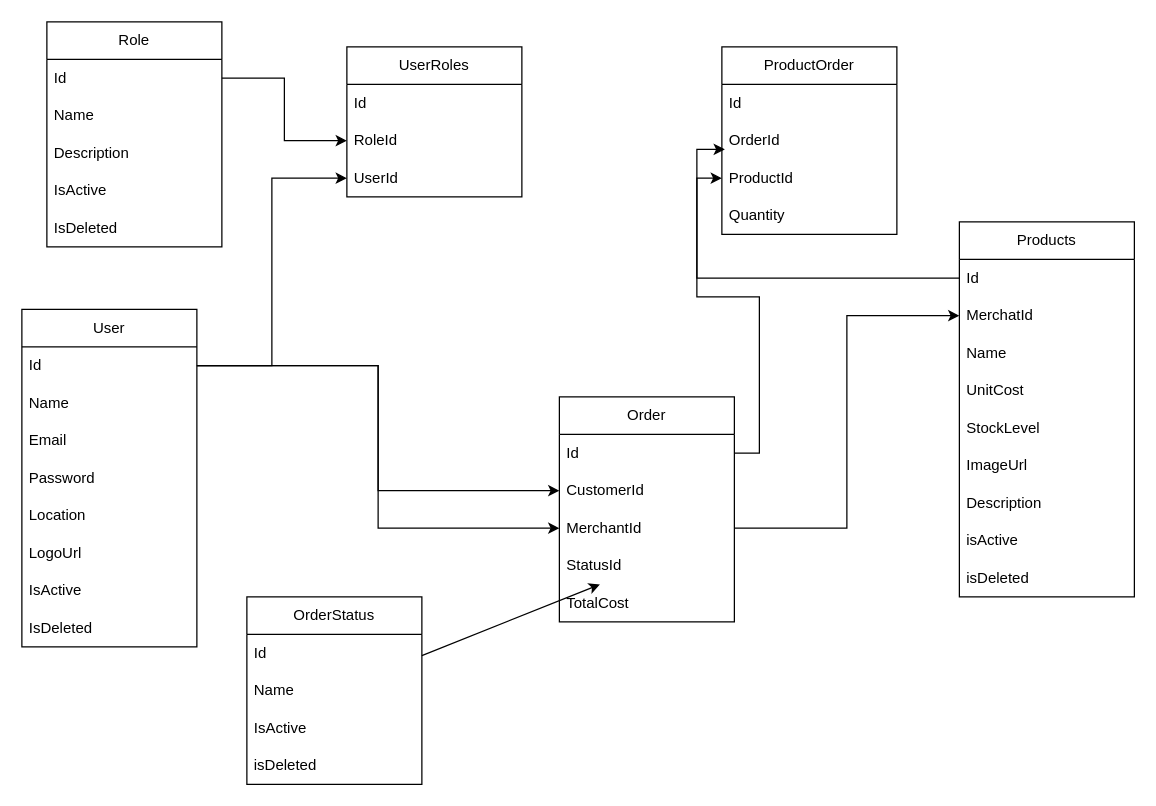
Earlier version of the draw.io diagram ideation/zephyr_class_diagram.drawio (deaconTown/Zephyr). Source tidied: cells renumbered, new cells numbered last; positions are measured from the earlier drawing's top-left corner, leaving out a move shared by most shapes. Both pictures are drawn from the tidied source at 125%, with x=0, y=0 at pixel (21, 21).
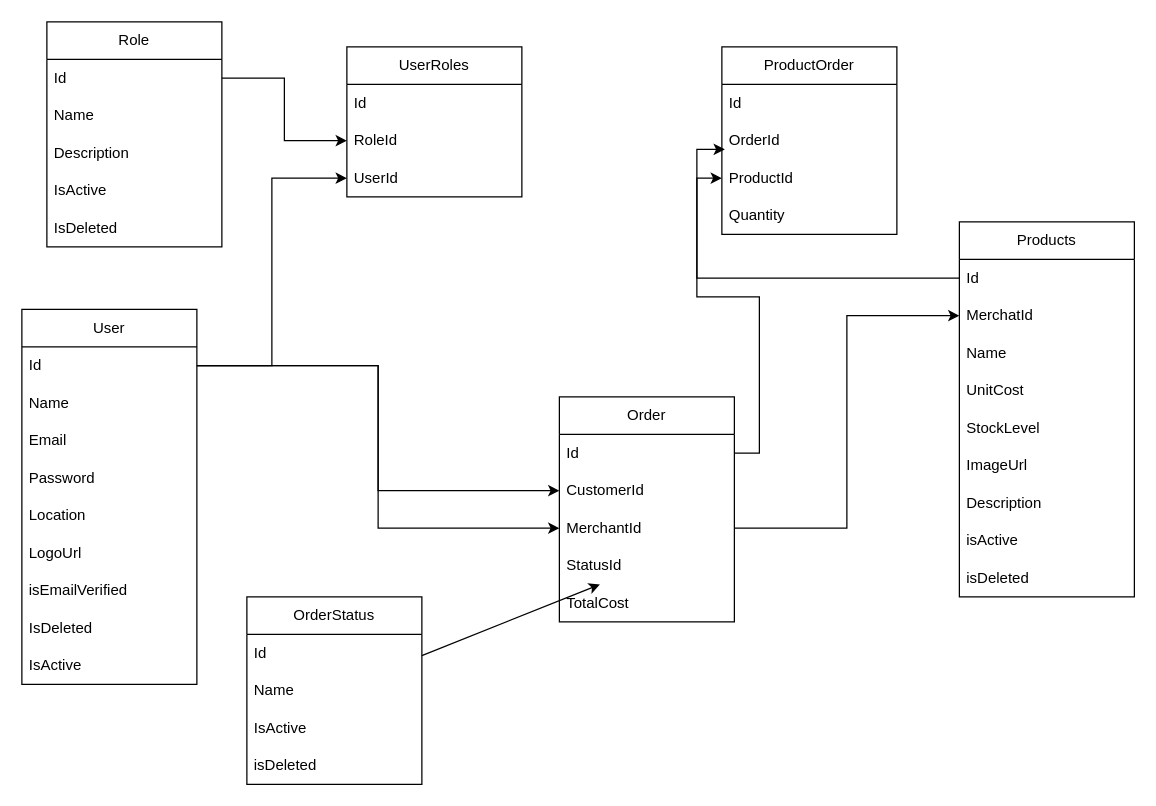
After the change.

Commit message (it also covers changes not shown here):
feat(user-service): updated the users to use prisma - updated the user table to have the isEmailVerified column - updated the routes and services method to have logs and some error handling

Change to the diagram source:
```diff
@@
     <mxCell id="2" value="User" style="swimlane;fontStyle=0;horizontal=1;startSize=30;whiteSpace=wrap;html=1;" parent="1" vertex="1">
-      <mxGeometry y="230" width="140" height="270" as="geometry" />
+      <mxGeometry y="230" width="140" height="300" as="geometry" />
     </mxCell>
@@
-    <mxCell id="9" value="IsActive" style="text;strokeColor=none;fillColor=none;align=left;verticalAlign=middle;spacingLeft=4;spacingRight=4;overflow=hidden;whiteSpace=wrap;html=1;" parent="2" vertex="1">
+    <mxCell id="9" value="isEmailVerified" style="text;strokeColor=none;fillColor=none;align=left;verticalAlign=middle;spacingLeft=4;spacingRight=4;overflow=hidden;whiteSpace=wrap;html=1;" parent="2" vertex="1">
       <mxGeometry y="210" width="140" height="30" as="geometry" />
     </mxCell>
@@
+    <mxCell id="55" value="IsActive" style="text;strokeColor=none;fillColor=none;align=left;verticalAlign=middle;spacingLeft=4;spacingRight=4;overflow=hidden;whiteSpace=wrap;html=1;" parent="2" vertex="1">
+      <mxGeometry y="270" width="140" height="30" as="geometry" />
+    </mxCell>
```
